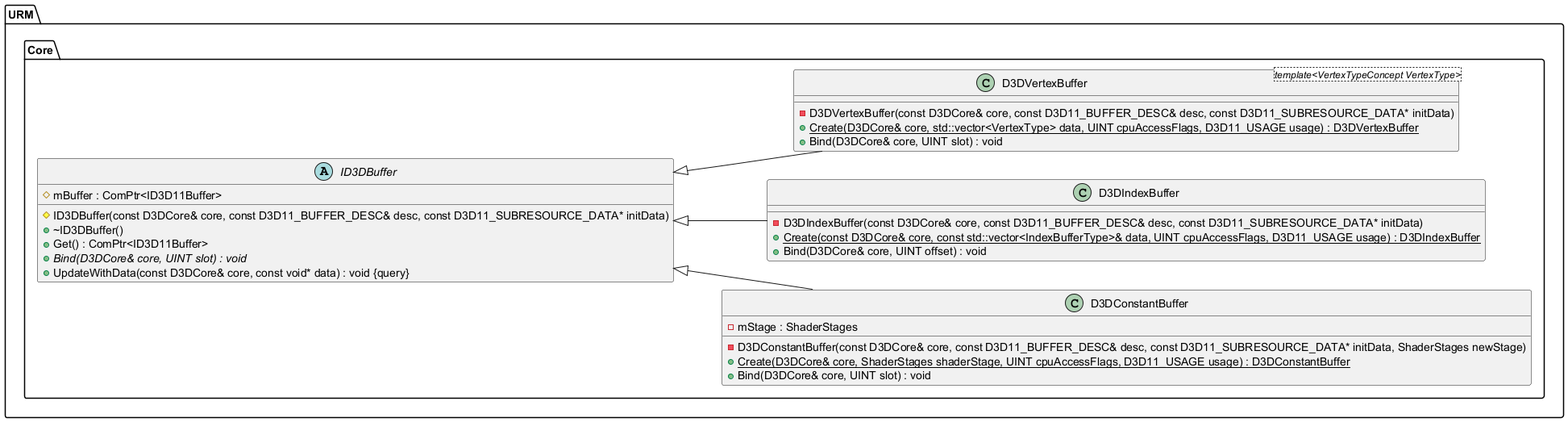
Earlier version of the PlantUML export Latex/images/UML/buffer.png (MinikPLayer/MasterThesis_UniversalRenderingModule_D3D11). Source of this version:
```plantuml
@startuml
left to right direction






namespace URM {
	namespace Core {
		class D3DConstantBuffer {
			-D3DConstantBuffer(const D3DCore& core, const D3D11_BUFFER_DESC& desc, const D3D11_SUBRESOURCE_DATA* initData, ShaderStages newStage)
			+{static} Create(D3DCore& core, ShaderStages shaderStage, UINT cpuAccessFlags, D3D11_USAGE usage) : D3DConstantBuffer
			-mStage : ShaderStages
			+Bind(D3DCore& core, UINT slot) : void
		}

		class D3DIndexBuffer {
			-D3DIndexBuffer(const D3DCore& core, const D3D11_BUFFER_DESC& desc, const D3D11_SUBRESOURCE_DATA* initData)
			+{static} Create(const D3DCore& core, const std::vector<IndexBufferType>& data, UINT cpuAccessFlags, D3D11_USAGE usage) : D3DIndexBuffer
			+Bind(D3DCore& core, UINT offset) : void
		}

		class D3DVertexBuffer <template<VertexTypeConcept VertexType>> {
			-D3DVertexBuffer(const D3DCore& core, const D3D11_BUFFER_DESC& desc, const D3D11_SUBRESOURCE_DATA* initData)
			+{static} Create(D3DCore& core, std::vector<VertexType> data, UINT cpuAccessFlags, D3D11_USAGE usage) : D3DVertexBuffer
			+Bind(D3DCore& core, UINT slot) : void
		}

		abstract class ID3DBuffer {
			#ID3DBuffer(const D3DCore& core, const D3D11_BUFFER_DESC& desc, const D3D11_SUBRESOURCE_DATA* initData)
			+~ID3DBuffer()
			+Get() : ComPtr<ID3D11Buffer>
			#mBuffer : ComPtr<ID3D11Buffer>
			+{abstract} Bind(D3DCore& core, UINT slot) : void
			+UpdateWithData(const D3DCore& core, const void* data) : void {query}
		}
	}
}






URM.Core.ID3DBuffer <|-- URM.Core.D3DConstantBuffer


URM.Core.ID3DBuffer <|-- URM.Core.D3DIndexBuffer


URM.Core.ID3DBuffer <|-- URM.Core.D3DVertexBuffer













@enduml
```
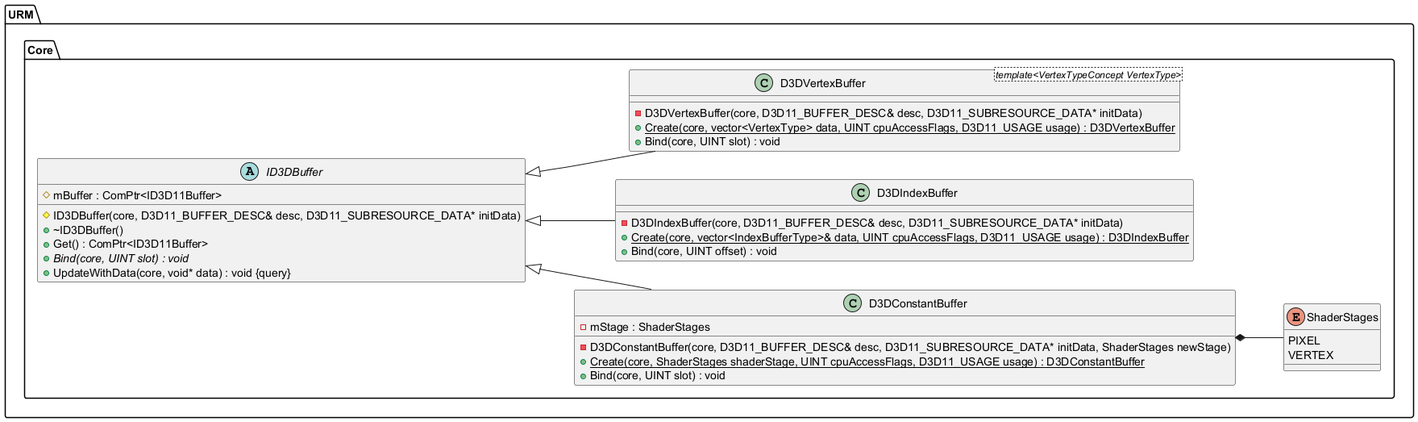
After the change.

Diff of the diagram source:
```diff
@@ -9,31 +9,36 @@
 namespace URM {
 	namespace Core {
 		class D3DConstantBuffer {
-			-D3DConstantBuffer(const D3DCore& core, const D3D11_BUFFER_DESC& desc, const D3D11_SUBRESOURCE_DATA* initData, ShaderStages newStage)
-			+{static} Create(D3DCore& core, ShaderStages shaderStage, UINT cpuAccessFlags, D3D11_USAGE usage) : D3DConstantBuffer
+			-D3DConstantBuffer(core, D3D11_BUFFER_DESC& desc, D3D11_SUBRESOURCE_DATA* initData, ShaderStages newStage)
+			+{static} Create(core, ShaderStages shaderStage, UINT cpuAccessFlags, D3D11_USAGE usage) : D3DConstantBuffer
 			-mStage : ShaderStages
-			+Bind(D3DCore& core, UINT slot) : void
+			+Bind(core, UINT slot) : void
 		}
 
 		class D3DIndexBuffer {
-			-D3DIndexBuffer(const D3DCore& core, const D3D11_BUFFER_DESC& desc, const D3D11_SUBRESOURCE_DATA* initData)
-			+{static} Create(const D3DCore& core, const std::vector<IndexBufferType>& data, UINT cpuAccessFlags, D3D11_USAGE usage) : D3DIndexBuffer
-			+Bind(D3DCore& core, UINT offset) : void
+			-D3DIndexBuffer(core, D3D11_BUFFER_DESC& desc, D3D11_SUBRESOURCE_DATA* initData)
+			+{static} Create(core, vector<IndexBufferType>& data, UINT cpuAccessFlags, D3D11_USAGE usage) : D3DIndexBuffer
+			+Bind(core, UINT offset) : void
 		}
 
 		class D3DVertexBuffer <template<VertexTypeConcept VertexType>> {
-			-D3DVertexBuffer(const D3DCore& core, const D3D11_BUFFER_DESC& desc, const D3D11_SUBRESOURCE_DATA* initData)
-			+{static} Create(D3DCore& core, std::vector<VertexType> data, UINT cpuAccessFlags, D3D11_USAGE usage) : D3DVertexBuffer
-			+Bind(D3DCore& core, UINT slot) : void
+			-D3DVertexBuffer(core, D3D11_BUFFER_DESC& desc, D3D11_SUBRESOURCE_DATA* initData)
+			+{static} Create(core, vector<VertexType> data, UINT cpuAccessFlags, D3D11_USAGE usage) : D3DVertexBuffer
+			+Bind(core, UINT slot) : void
 		}
 
 		abstract class ID3DBuffer {
-			#ID3DBuffer(const D3DCore& core, const D3D11_BUFFER_DESC& desc, const D3D11_SUBRESOURCE_DATA* initData)
+			#ID3DBuffer(core, D3D11_BUFFER_DESC& desc, D3D11_SUBRESOURCE_DATA* initData)
 			+~ID3DBuffer()
 			+Get() : ComPtr<ID3D11Buffer>
 			#mBuffer : ComPtr<ID3D11Buffer>
-			+{abstract} Bind(D3DCore& core, UINT slot) : void
-			+UpdateWithData(const D3DCore& core, const void* data) : void {query}
+			+{abstract} Bind(core, UINT slot) : void
+			+UpdateWithData(core, void* data) : void {query}
+		}
+
+		enum ShaderStages {
+			PIXEL
+			VERTEX
 		}
 	}
 }
@@ -56,6 +61,9 @@
 
 
 
+URM.Core.D3DConstantBuffer *-- URM.Core.ShaderStages
+
+
 
 
 
```
